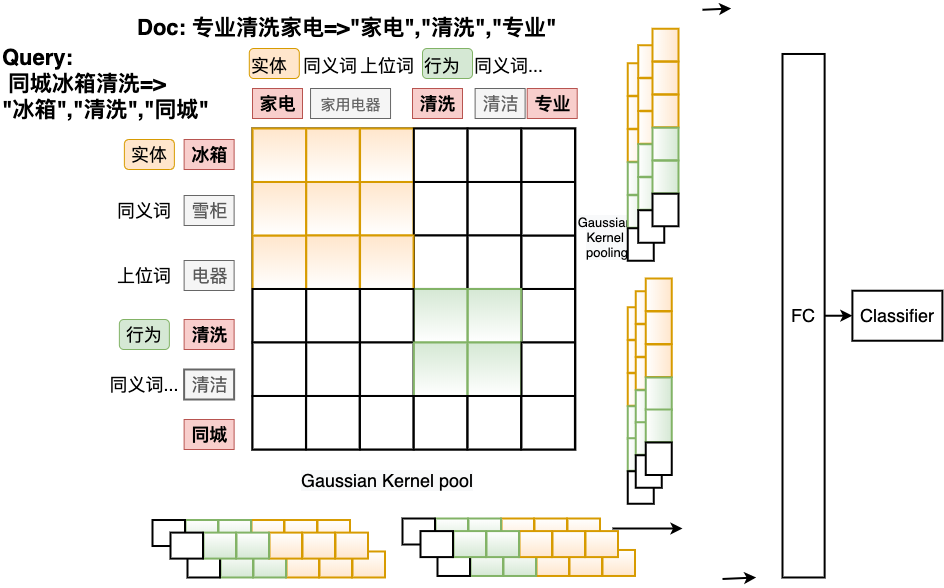
The draw.io diagram Untitled Diagram.png in gouxute/leetcode, before a commit. Source tidied: cells renumbered, new cells last; positions are measured from the earlier drawing's top-left corner, leaving out a move shared by most shapes.
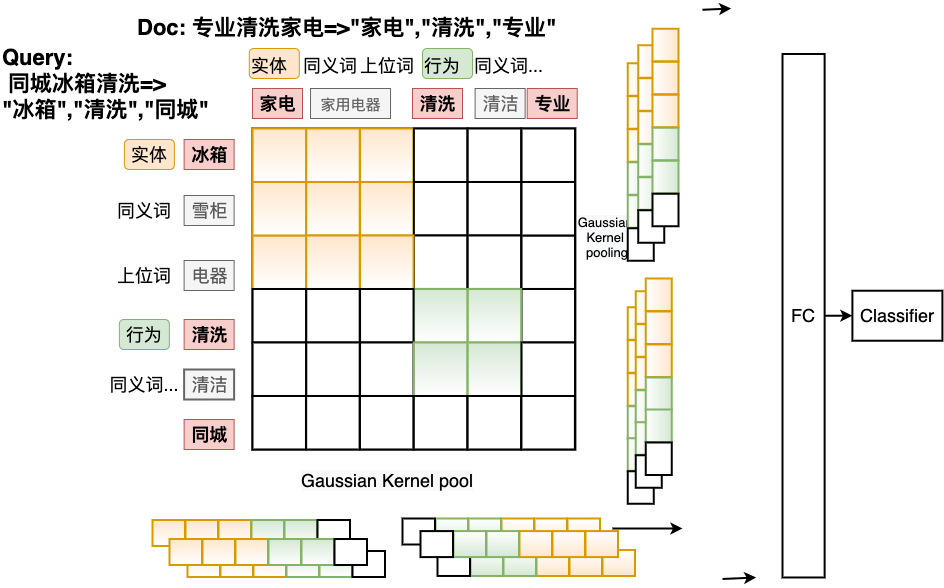
The same diagram one commit later.

What changed in the source:
```diff
@@ -341,62 +341,62 @@
     <mxCell id="111" style="whiteSpace=wrap;html=1;strokeWidth=2;fillColor=#ffe6cc;strokeColor=#d79b00;gradientColor=#ffffff;rotation=90;" parent="105" vertex="1">
       <mxGeometry x="-3.2" y="3.2" width="32.5" height="26" as="geometry" />
     </mxCell>
-    <mxCell id="112" style="group;" parent="1" vertex="1">
+    <mxCell id="112" style="group;rotation=-180;" parent="1" vertex="1">
       <mxGeometry x="152" y="511.5" width="232.5" height="57.5" as="geometry" />
     </mxCell>
-    <mxCell id="113" style="whiteSpace=wrap;html=1;strokeWidth=2;fillColor=#ffe6cc;strokeColor=#d79b00;gradientColor=#ffffff;rotation=180;" parent="112" vertex="1">
-      <mxGeometry x="132" width="32.5" height="26" as="geometry" />
+    <mxCell id="113" style="whiteSpace=wrap;html=1;strokeWidth=2;fillColor=#ffe6cc;strokeColor=#d79b00;gradientColor=#ffffff;rotation=0;" parent="112" vertex="1">
+      <mxGeometry x="68" y="31" width="32.5" height="26" as="geometry" />
     </mxCell>
-    <mxCell id="114" style="whiteSpace=wrap;html=1;strokeWidth=2;fillColor=#ffe6cc;strokeColor=#d79b00;gradientColor=#ffffff;rotation=180;" parent="112" vertex="1">
-      <mxGeometry x="99" width="32.5" height="26" as="geometry" />
+    <mxCell id="114" style="whiteSpace=wrap;html=1;strokeWidth=2;fillColor=#ffe6cc;strokeColor=#d79b00;gradientColor=#ffffff;rotation=0;" parent="112" vertex="1">
+      <mxGeometry x="101" y="31" width="32.5" height="26" as="geometry" />
     </mxCell>
-    <mxCell id="115" style="whiteSpace=wrap;html=1;strokeWidth=2;fillColor=#d5e8d4;strokeColor=#82b366;gradientColor=#ffffff;rotation=180;" parent="112" vertex="1">
-      <mxGeometry x="66" width="32.5" height="26" as="geometry" />
+    <mxCell id="115" style="whiteSpace=wrap;html=1;strokeWidth=2;fillColor=#d5e8d4;strokeColor=#82b366;gradientColor=#ffffff;rotation=0;" parent="112" vertex="1">
+      <mxGeometry x="134" y="31" width="32.5" height="26" as="geometry" />
     </mxCell>
-    <mxCell id="116" style="whiteSpace=wrap;html=1;strokeWidth=2;fillColor=#d5e8d4;strokeColor=#82b366;gradientColor=#ffffff;rotation=180;" parent="112" vertex="1">
-      <mxGeometry x="33" width="32.5" height="26" as="geometry" />
+    <mxCell id="116" style="whiteSpace=wrap;html=1;strokeWidth=2;fillColor=#d5e8d4;strokeColor=#82b366;gradientColor=#ffffff;rotation=0;" parent="112" vertex="1">
+      <mxGeometry x="167" y="31" width="32.5" height="26" as="geometry" />
     </mxCell>
-    <mxCell id="117" style="whiteSpace=wrap;html=1;strokeWidth=2;rotation=180;" parent="112" vertex="1">
-      <mxGeometry width="32.5" height="26" as="geometry" />
+    <mxCell id="117" style="whiteSpace=wrap;html=1;strokeWidth=2;rotation=0;" parent="112" vertex="1">
+      <mxGeometry x="200" y="31" width="32.5" height="26" as="geometry" />
     </mxCell>
-    <mxCell id="118" style="whiteSpace=wrap;html=1;strokeWidth=2;fillColor=#ffe6cc;strokeColor=#d79b00;gradientColor=#ffffff;rotation=180;" parent="112" vertex="1">
-      <mxGeometry x="165" width="32.5" height="26" as="geometry" />
+    <mxCell id="118" style="whiteSpace=wrap;html=1;strokeWidth=2;fillColor=#ffe6cc;strokeColor=#d79b00;gradientColor=#ffffff;rotation=0;" parent="112" vertex="1">
+      <mxGeometry x="35" y="31" width="32.5" height="26" as="geometry" />
     </mxCell>
-    <mxCell id="119" style="whiteSpace=wrap;html=1;strokeWidth=2;fillColor=#ffe6cc;strokeColor=#d79b00;gradientColor=#ffffff;rotation=180;" parent="112" vertex="1">
-      <mxGeometry x="167" y="31.5" width="32.5" height="26" as="geometry" />
+    <mxCell id="119" style="whiteSpace=wrap;html=1;strokeWidth=2;fillColor=#ffe6cc;strokeColor=#d79b00;gradientColor=#ffffff;rotation=0;" parent="112" vertex="1">
+      <mxGeometry x="33" width="32.5" height="26" as="geometry" />
     </mxCell>
-    <mxCell id="120" style="whiteSpace=wrap;html=1;strokeWidth=2;fillColor=#ffe6cc;strokeColor=#d79b00;gradientColor=#ffffff;rotation=180;" parent="112" vertex="1">
-      <mxGeometry x="134" y="31.5" width="32.5" height="26" as="geometry" />
+    <mxCell id="120" style="whiteSpace=wrap;html=1;strokeWidth=2;fillColor=#ffe6cc;strokeColor=#d79b00;gradientColor=#ffffff;rotation=0;" parent="112" vertex="1">
+      <mxGeometry x="66" width="32.5" height="26" as="geometry" />
     </mxCell>
-    <mxCell id="121" style="whiteSpace=wrap;html=1;strokeWidth=2;fillColor=#d5e8d4;strokeColor=#82b366;gradientColor=#ffffff;rotation=180;" parent="112" vertex="1">
-      <mxGeometry x="101" y="31.5" width="32.5" height="26" as="geometry" />
+    <mxCell id="121" style="whiteSpace=wrap;html=1;strokeWidth=2;fillColor=#d5e8d4;strokeColor=#82b366;gradientColor=#ffffff;rotation=0;" parent="112" vertex="1">
+      <mxGeometry x="99" width="32.5" height="26" as="geometry" />
     </mxCell>
-    <mxCell id="122" style="whiteSpace=wrap;html=1;strokeWidth=2;fillColor=#d5e8d4;strokeColor=#82b366;gradientColor=#ffffff;rotation=180;" parent="112" vertex="1">
-      <mxGeometry x="68" y="31.5" width="32.5" height="26" as="geometry" />
+    <mxCell id="122" style="whiteSpace=wrap;html=1;strokeWidth=2;fillColor=#d5e8d4;strokeColor=#82b366;gradientColor=#ffffff;rotation=0;" parent="112" vertex="1">
+      <mxGeometry x="132" width="32.5" height="26" as="geometry" />
     </mxCell>
-    <mxCell id="123" style="whiteSpace=wrap;html=1;strokeWidth=2;rotation=180;" parent="112" vertex="1">
-      <mxGeometry x="35" y="31.5" width="32.5" height="26" as="geometry" />
+    <mxCell id="123" style="whiteSpace=wrap;html=1;strokeWidth=2;rotation=0;" parent="112" vertex="1">
+      <mxGeometry x="165" width="32.5" height="26" as="geometry" />
     </mxCell>
-    <mxCell id="124" style="whiteSpace=wrap;html=1;strokeWidth=2;fillColor=#ffe6cc;strokeColor=#d79b00;gradientColor=#ffffff;rotation=180;" parent="112" vertex="1">
-      <mxGeometry x="200" y="31.5" width="32.5" height="26" as="geometry" />
+    <mxCell id="124" style="whiteSpace=wrap;html=1;strokeWidth=2;fillColor=#ffe6cc;strokeColor=#d79b00;gradientColor=#ffffff;rotation=0;" parent="112" vertex="1">
+      <mxGeometry width="32.5" height="26" as="geometry" />
     </mxCell>
-    <mxCell id="125" style="whiteSpace=wrap;html=1;strokeWidth=2;fillColor=#ffe6cc;strokeColor=#d79b00;gradientColor=#ffffff;rotation=180;" parent="112" vertex="1">
-      <mxGeometry x="150" y="12.6" width="32.5" height="26" as="geometry" />
+    <mxCell id="125" style="whiteSpace=wrap;html=1;strokeWidth=2;fillColor=#ffe6cc;strokeColor=#d79b00;gradientColor=#ffffff;rotation=0;" parent="112" vertex="1">
+      <mxGeometry x="50" y="19" width="32.5" height="26" as="geometry" />
     </mxCell>
-    <mxCell id="126" style="whiteSpace=wrap;html=1;strokeWidth=2;fillColor=#ffe6cc;strokeColor=#d79b00;gradientColor=#ffffff;rotation=180;" parent="112" vertex="1">
-      <mxGeometry x="117" y="12.6" width="32.5" height="26" as="geometry" />
+    <mxCell id="126" style="whiteSpace=wrap;html=1;strokeWidth=2;fillColor=#ffe6cc;strokeColor=#d79b00;gradientColor=#ffffff;rotation=0;" parent="112" vertex="1">
+      <mxGeometry x="83" y="19" width="32.5" height="26" as="geometry" />
     </mxCell>
-    <mxCell id="127" style="whiteSpace=wrap;html=1;strokeWidth=2;fillColor=#d5e8d4;strokeColor=#82b366;gradientColor=#ffffff;rotation=180;" parent="112" vertex="1">
-      <mxGeometry x="84" y="12.6" width="32.5" height="26" as="geometry" />
+    <mxCell id="127" style="whiteSpace=wrap;html=1;strokeWidth=2;fillColor=#d5e8d4;strokeColor=#82b366;gradientColor=#ffffff;rotation=0;" parent="112" vertex="1">
+      <mxGeometry x="116" y="19" width="32.5" height="26" as="geometry" />
     </mxCell>
-    <mxCell id="128" style="whiteSpace=wrap;html=1;strokeWidth=2;fillColor=#d5e8d4;strokeColor=#82b366;gradientColor=#ffffff;rotation=180;" parent="112" vertex="1">
-      <mxGeometry x="51" y="12.6" width="32.5" height="26" as="geometry" />
+    <mxCell id="128" style="whiteSpace=wrap;html=1;strokeWidth=2;fillColor=#d5e8d4;strokeColor=#82b366;gradientColor=#ffffff;rotation=0;" parent="112" vertex="1">
+      <mxGeometry x="149" y="19" width="32.5" height="26" as="geometry" />
     </mxCell>
-    <mxCell id="129" style="whiteSpace=wrap;html=1;strokeWidth=2;rotation=180;" parent="112" vertex="1">
-      <mxGeometry x="18" y="12.6" width="32.5" height="26" as="geometry" />
+    <mxCell id="129" style="whiteSpace=wrap;html=1;strokeWidth=2;rotation=0;" parent="112" vertex="1">
+      <mxGeometry x="182" y="19" width="32.5" height="26" as="geometry" />
     </mxCell>
-    <mxCell id="130" style="whiteSpace=wrap;html=1;strokeWidth=2;fillColor=#ffe6cc;strokeColor=#d79b00;gradientColor=#ffffff;rotation=180;" parent="112" vertex="1">
-      <mxGeometry x="183" y="12.6" width="32.5" height="26" as="geometry" />
+    <mxCell id="130" style="whiteSpace=wrap;html=1;strokeWidth=2;fillColor=#ffe6cc;strokeColor=#d79b00;gradientColor=#ffffff;rotation=0;" parent="112" vertex="1">
+      <mxGeometry x="17" y="19" width="32.5" height="26" as="geometry" />
     </mxCell>
     <mxCell id="131" style="group;" parent="1" vertex="1">
       <mxGeometry x="402" y="510" width="232.5" height="57.5" as="geometry" />
```
